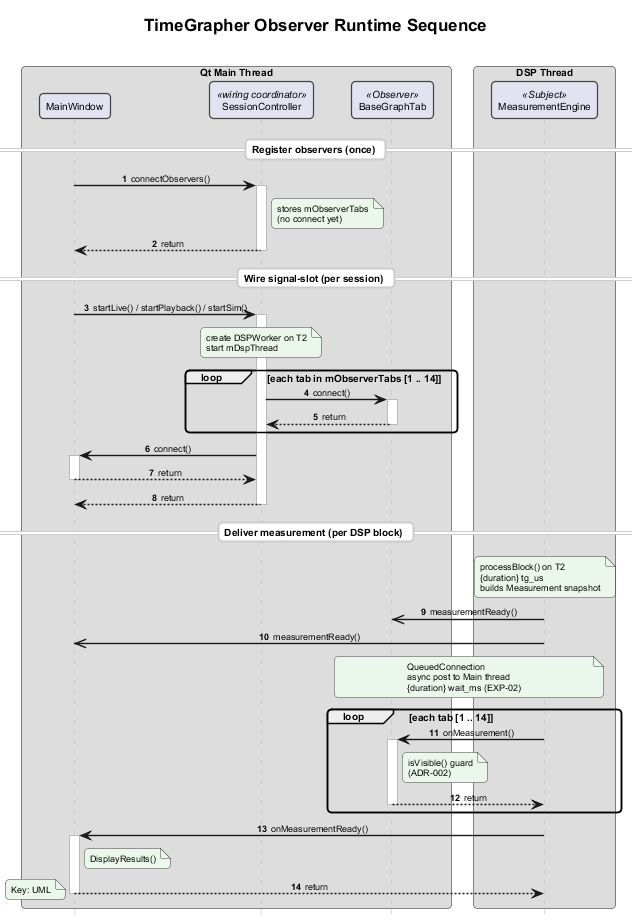
Above: docs/milestone2/final/assets/view2b-observer-runtime.png in Ji-Min-Lee/2026-3-sw-architect-studio-project (PlantUML), before the change.
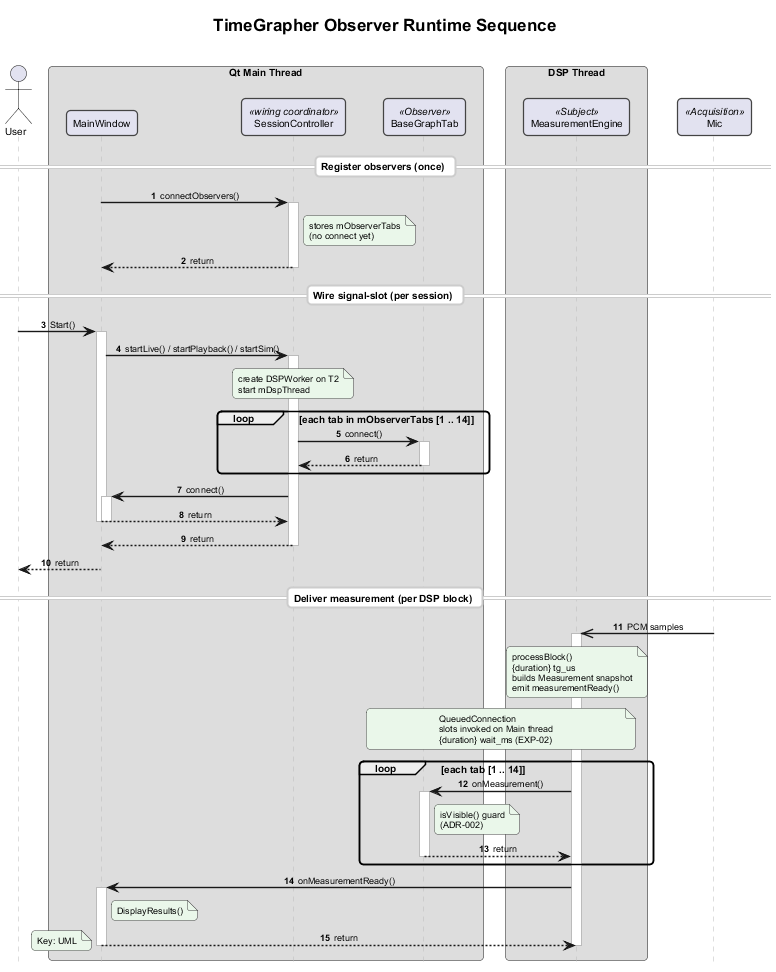
Above is the later version.

Commit message:
docs(m2): refine Observer runtime sequence with User and Mic

What changed in the source:
```diff
@@ -31,6 +31,8 @@
 autonumber
 hide footbox
 
+actor User
+
 box "Qt Main Thread"
   participant "MainWindow" as MW
   participant "SessionController" as SC <<wiring coordinator>>
@@ -40,6 +42,8 @@
 box "DSP Thread"
   participant "MeasurementEngine" as ME <<Subject>>
 end box
+
+participant "Mic" as Mic <<Acquisition>>
 
 == Register observers (once) ==
 
@@ -53,6 +57,7 @@
 
 == Wire signal-slot (per session) ==
 
+User -> MW ++ : Start()
 MW -> SC ++ : startLive() / startPlayback() / startSim()
 note over SC
   create DSPWorker on T2
@@ -71,20 +76,22 @@
 
 SC --> MW -- : return
 deactivate SC
+MW --> User -- : return
+deactivate MW
 
 == Deliver measurement (per DSP block) ==
 
+Mic ->> ME ++ : PCM samples
 note over ME
-  processBlock() on T2
+  processBlock()
   {duration} tg_us
   builds Measurement snapshot
+  emit measurementReady()
 end note
 
-ME ->> Tab : measurementReady()
-ME ->> MW : measurementReady()
 note over ME, Tab
   QueuedConnection
-  async post to Main thread
+  slots invoked on Main thread
   {duration} wait_ms (EXP-02)
 end note
 
@@ -101,6 +108,7 @@
 ME -> MW ++ : onMeasurementReady()
 note right of MW : DisplayResults()
 MW --> ME -- : return
+deactivate ME
 deactivate MW
 
 note bottom
```
